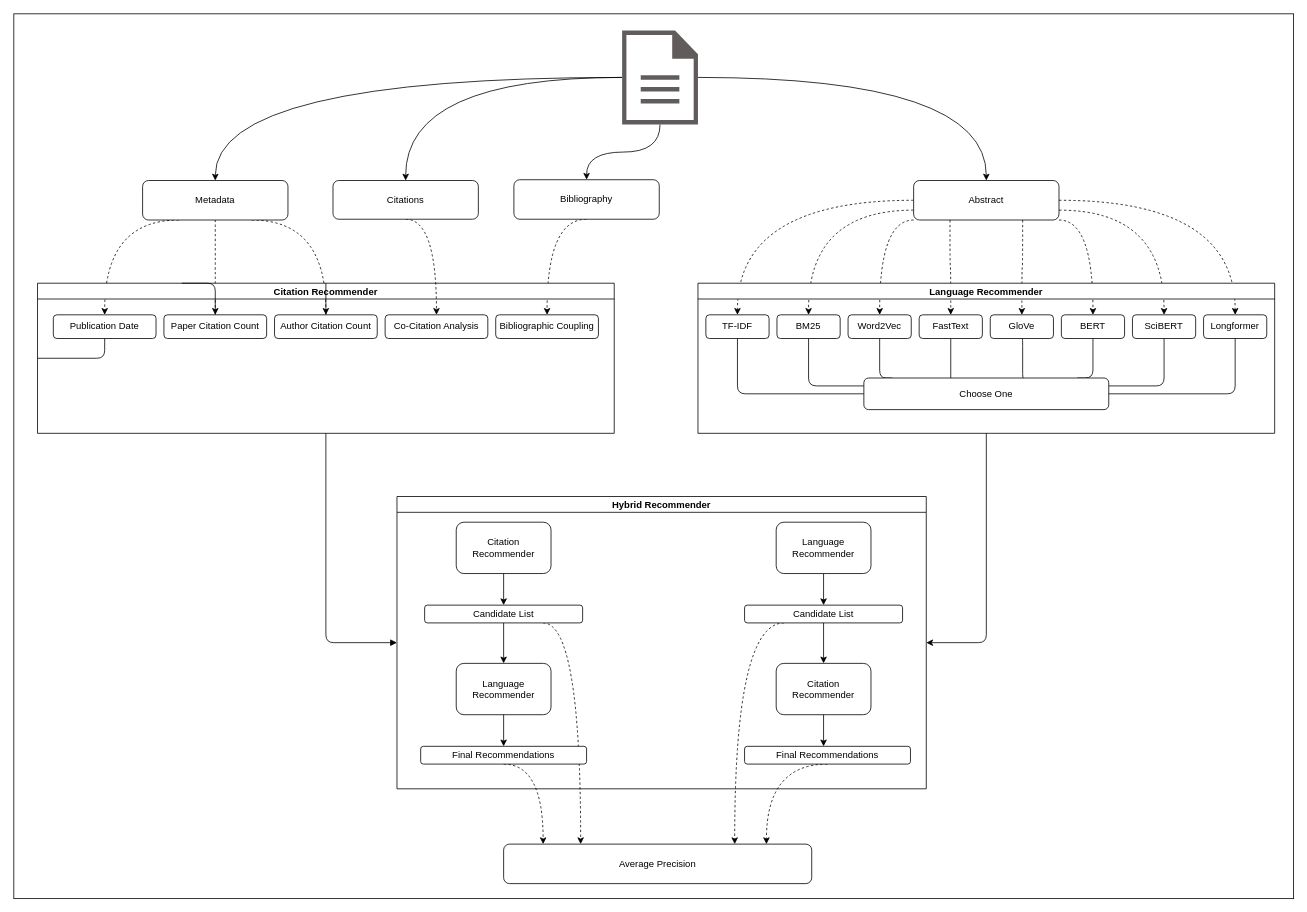
Before: static/hybrid-architecture.drawio in joel-beck/readnext, a draw.io diagram. Source tidied: cells renumbered, new cells numbered last; positions are measured from the earlier drawing's top-left corner, leaving out a move shared by most shapes. Both pictures are drawn from the tidied source at 79%, with x=0, y=0 at pixel (13, 13).
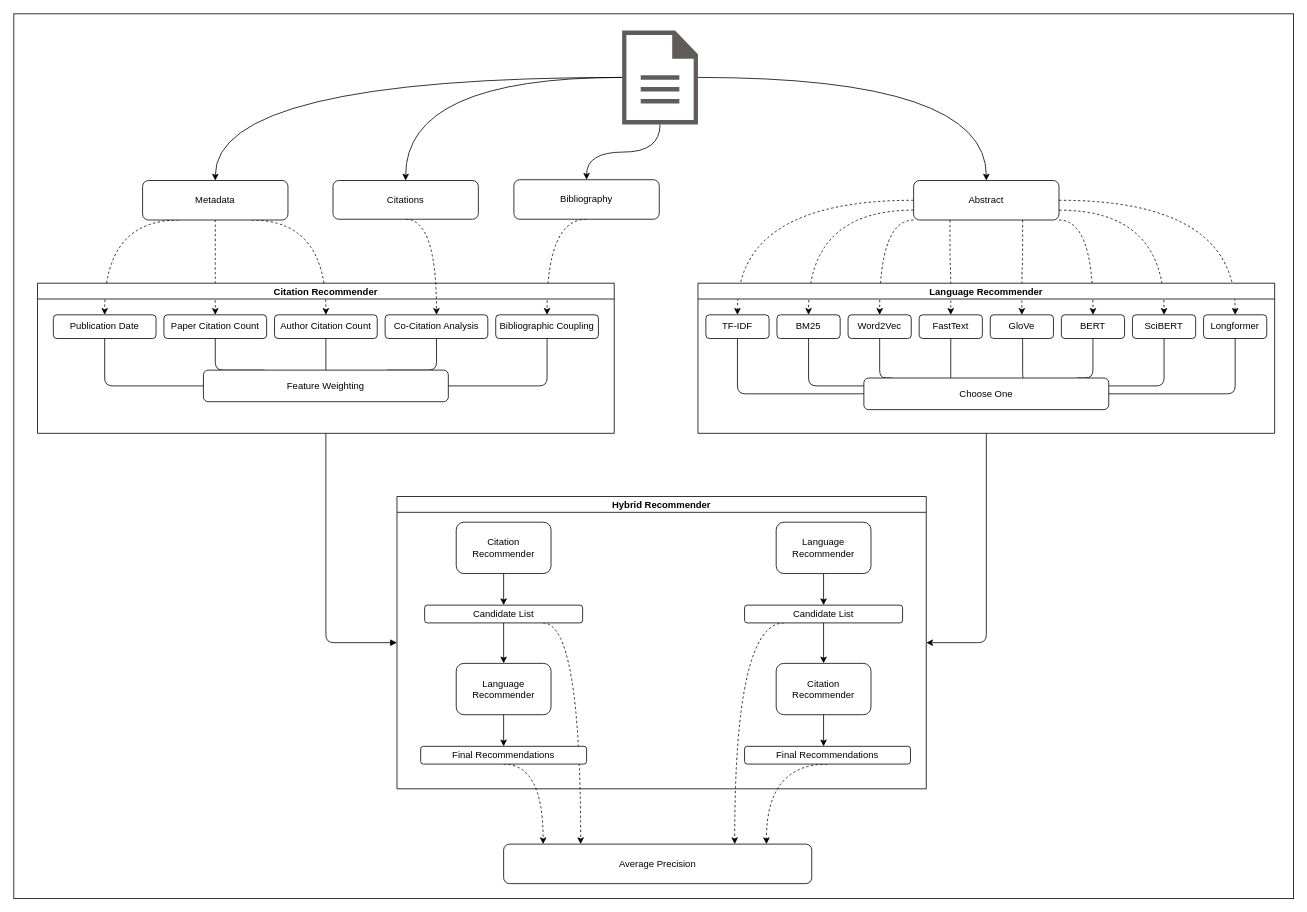
The same diagram, later.

Unchanged cells that the change refers to:
```xml
<mxCell id="31" value="Citation Recommender" style="swimlane;startSize=20;horizontal=1;containerType=tree;newEdgeStyle={&quot;edgeStyle&quot;:&quot;elbowEdgeStyle&quot;,&quot;startArrow&quot;:&quot;none&quot;,&quot;endArrow&quot;:&quot;none&quot;};" parent="1" vertex="1">
  <mxGeometry x="30" y="341" width="730" height="190" as="geometry" />
</mxCell>
<mxCell id="33" value="Publication Date" style="whiteSpace=wrap;html=1;align=center;newEdgeStyle={&quot;edgeStyle&quot;:&quot;elbowEdgeStyle&quot;,&quot;startArrow&quot;:&quot;none&quot;,&quot;endArrow&quot;:&quot;none&quot;};rounded=1;" parent="31" vertex="1">
  <mxGeometry x="20" y="40" width="130" height="30" as="geometry" />
</mxCell>
<mxCell id="35" value="Author Citation Count" style="whiteSpace=wrap;html=1;align=center;newEdgeStyle={&quot;edgeStyle&quot;:&quot;elbowEdgeStyle&quot;,&quot;startArrow&quot;:&quot;none&quot;,&quot;endArrow&quot;:&quot;none&quot;};rounded=1;" parent="31" vertex="1">
  <mxGeometry x="300" y="40" width="130" height="30" as="geometry" />
</mxCell>
<mxCell id="36" value="Co-Citation Analysis" style="whiteSpace=wrap;html=1;align=center;newEdgeStyle={&quot;edgeStyle&quot;:&quot;elbowEdgeStyle&quot;,&quot;startArrow&quot;:&quot;none&quot;,&quot;endArrow&quot;:&quot;none&quot;};rounded=1;" parent="31" vertex="1">
  <mxGeometry x="440" y="40" width="130" height="30" as="geometry" />
</mxCell>
<mxCell id="39" value="Paper Citation Count" style="whiteSpace=wrap;html=1;align=center;newEdgeStyle={&quot;edgeStyle&quot;:&quot;elbowEdgeStyle&quot;,&quot;startArrow&quot;:&quot;none&quot;,&quot;endArrow&quot;:&quot;none&quot;};rounded=1;" parent="31" vertex="1">
  <mxGeometry x="160" y="40" width="130" height="30" as="geometry" />
</mxCell>
```

Change to the diagram source:
```diff
@@
-    <mxCell id="32" style="edgeStyle=elbowEdgeStyle;html=1;startArrow=none;endArrow=none;exitX=0.5;exitY=1;exitDx=0;exitDy=0;entryX=0;entryY=0.5;entryDx=0;entryDy=0;" parent="31" edge="1" source="33">
+    <mxCell id="32" style="edgeStyle=elbowEdgeStyle;html=1;startArrow=none;endArrow=none;exitX=0.5;exitY=1;exitDx=0;exitDy=0;entryX=0;entryY=0.5;entryDx=0;entryDy=0;" parent="31" edge="1" source="33" target="76">
       <mxGeometry relative="1" as="geometry">
-        <mxPoint y="95" as="targetPoint" />
         <Array as="points">
           <mxPoint x="85" y="120" />
         </Array>
       </mxGeometry>
     </mxCell>
@@
-    <mxCell id="34" style="edgeStyle=elbowEdgeStyle;html=1;startArrow=none;endArrow=none;exitX=0.5;exitY=1;exitDx=0;exitDy=0;entryX=0.5;entryY=0;entryDx=0;entryDy=0;" parent="31" edge="1" source="35">
-      <mxGeometry relative="1" as="geometry">
-        <mxPoint x="365" as="targetPoint" />
-      </mxGeometry>
+    <mxCell id="34" style="edgeStyle=elbowEdgeStyle;html=1;startArrow=none;endArrow=none;exitX=0.5;exitY=1;exitDx=0;exitDy=0;entryX=0.5;entryY=0;entryDx=0;entryDy=0;" parent="31" edge="1" source="35" target="76">
+      <mxGeometry relative="1" as="geometry" />
     </mxCell>
@@
+    <mxCell id="75" style="edgeStyle=elbowEdgeStyle;html=1;startArrow=none;endArrow=none;exitX=0.5;exitY=1;exitDx=0;exitDy=0;entryX=0.75;entryY=0;entryDx=0;entryDy=0;" parent="31" edge="1" source="36" target="76">
+      <mxGeometry relative="1" as="geometry">
+        <Array as="points">
+          <mxPoint x="505" y="90" />
+        </Array>
+      </mxGeometry>
+    </mxCell>
@@
-    <mxCell id="37" value="Bibliographic Coupling" style="whiteSpace=wrap;html=1;align=center;newEdgeStyle={&quot;edgeStyle&quot;:&quot;elbowEdgeStyle&quot;,&quot;startArrow&quot;:&quot;none&quot;,&quot;endArrow&quot;:&quot;none&quot;};rounded=1;" parent="31" vertex="1" collapsed="1">
+    <mxCell id="37" value="Bibliographic Coupling" style="whiteSpace=wrap;html=1;align=center;newEdgeStyle={&quot;edgeStyle&quot;:&quot;elbowEdgeStyle&quot;,&quot;startArrow&quot;:&quot;none&quot;,&quot;endArrow&quot;:&quot;none&quot;};rounded=1;" parent="31" vertex="1">
       <mxGeometry x="580" y="40" width="130" height="30" as="geometry" />
     </mxCell>
-    <mxCell id="38" style="edgeStyle=elbowEdgeStyle;html=1;startArrow=none;endArrow=none;exitX=0.5;exitY=1;exitDx=0;exitDy=0;entryX=0.25;entryY=0;entryDx=0;entryDy=0;" parent="31" edge="1" source="39">
+    <mxCell id="38" style="edgeStyle=elbowEdgeStyle;html=1;startArrow=none;endArrow=none;exitX=0.5;exitY=1;exitDx=0;exitDy=0;entryX=0.25;entryY=0;entryDx=0;entryDy=0;" parent="31" edge="1" source="39" target="76">
       <mxGeometry relative="1" as="geometry">
-        <mxPoint x="182.5" as="targetPoint" />
         <Array as="points">
           <mxPoint x="225" y="100" />
         </Array>
       </mxGeometry>
     </mxCell>
@@
+    <mxCell id="76" value="Feature Weighting" style="rounded=1;whiteSpace=wrap;html=1;" parent="31" vertex="1">
+      <mxGeometry x="210" y="110" width="310" height="40" as="geometry" />
+    </mxCell>
+    <mxCell id="77" style="edgeStyle=elbowEdgeStyle;html=1;startArrow=none;endArrow=none;exitX=0.5;exitY=1;exitDx=0;exitDy=0;entryX=1;entryY=0.5;entryDx=0;entryDy=0;" parent="31" edge="1" source="37" target="76">
+      <mxGeometry relative="1" as="geometry">
+        <Array as="points">
+          <mxPoint x="645" y="130" />
+        </Array>
+      </mxGeometry>
+    </mxCell>
```
